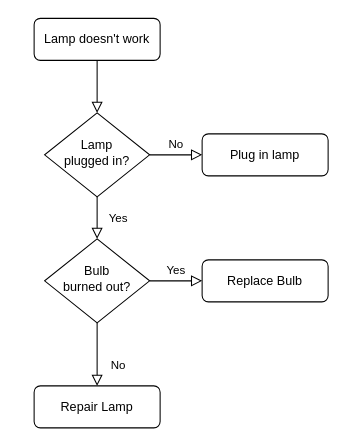
hoangpn256/diagram keeps this draw.io diagram as Untitled Diagram.drawio. Above is the earlier version. Source tidied: cells renumbered, new cells numbered last; positions are measured from the earlier drawing's top-left corner, leaving out a move shared by most shapes. Both pictures are drawn from the tidied source at 105%, with x=0, y=0 at pixel (34, 18).
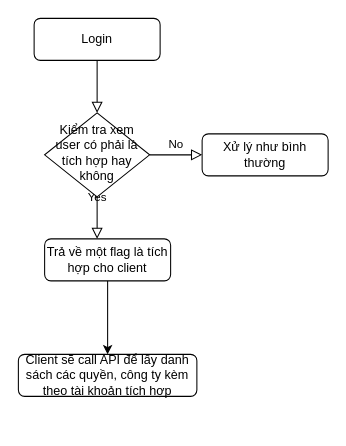
After the change.

What changed in the source:
```diff
@@
 <mxGraphModel>
   <root>
     <mxCell id="0" />
     <mxCell id="1" parent="0" />
     <mxCell id="2" style="rounded=0;html=1;jettySize=auto;fontSize=11;endArrow=block;endFill=0;endSize=8;strokeWidth=1;shadow=0;labelBackgroundColor=none;edgeStyle=orthogonalEdgeStyle;" parent="1" edge="1" source="3" target="6">
       <mxGeometry relative="1" as="geometry" />
     </mxCell>
-    <mxCell id="3" value="Lamp doesn't work" style="rounded=1;whiteSpace=wrap;html=1;fontSize=12;glass=0;strokeWidth=1;shadow=0;" parent="1" vertex="1">
+    <mxCell id="3" value="Login" style="rounded=1;whiteSpace=wrap;html=1;fontSize=12;glass=0;strokeWidth=1;shadow=0;" parent="1" vertex="1">
       <mxGeometry width="120" height="40" as="geometry" />
     </mxCell>
-    <mxCell id="4" value="Yes" style="rounded=0;html=1;jettySize=auto;fontSize=11;endArrow=block;endFill=0;endSize=8;strokeWidth=1;shadow=0;labelBackgroundColor=none;edgeStyle=orthogonalEdgeStyle;" parent="1" edge="1" source="6" target="10">
-      <mxGeometry y="20" relative="1" as="geometry" />
+    <mxCell id="4" value="Yes" style="rounded=0;html=1;jettySize=auto;fontSize=11;endArrow=block;endFill=0;endSize=8;strokeWidth=1;shadow=0;labelBackgroundColor=none;edgeStyle=orthogonalEdgeStyle;" parent="1" edge="1" source="6">
+      <mxGeometry y="20" relative="1" as="geometry">
+        <mxPoint x="60" y="210" as="targetPoint" />
+      </mxGeometry>
     </mxCell>
     <mxCell id="5" value="No" style="edgeStyle=orthogonalEdgeStyle;rounded=0;html=1;jettySize=auto;fontSize=11;endArrow=block;endFill=0;endSize=8;strokeWidth=1;shadow=0;labelBackgroundColor=none;" parent="1" edge="1" source="6" target="7">
       <mxGeometry y="10" relative="1" as="geometry" />
     </mxCell>
-    <mxCell id="6" value="Lamp&lt;br&gt;plugged in?" style="rhombus;whiteSpace=wrap;html=1;shadow=0;fontFamily=Helvetica;fontSize=12;align=center;strokeWidth=1;spacing=6;spacingTop=-4;" parent="1" vertex="1">
+    <mxCell id="6" value="Kiểm tra xem user có phải là tích hợp hay không" style="rhombus;whiteSpace=wrap;html=1;shadow=0;fontFamily=Helvetica;fontSize=12;align=center;strokeWidth=1;spacing=6;spacingTop=-4;" parent="1" vertex="1">
       <mxGeometry x="10" y="90" width="100" height="80" as="geometry" />
     </mxCell>
-    <mxCell id="7" value="Plug in lamp" style="rounded=1;whiteSpace=wrap;html=1;fontSize=12;glass=0;strokeWidth=1;shadow=0;" parent="1" vertex="1">
+    <mxCell id="7" value="Xử lý như bình thường" style="rounded=1;whiteSpace=wrap;html=1;fontSize=12;glass=0;strokeWidth=1;shadow=0;" parent="1" vertex="1">
       <mxGeometry x="160" y="110" width="120" height="40" as="geometry" />
     </mxCell>
-    <mxCell id="8" value="No" style="rounded=0;html=1;jettySize=auto;fontSize=11;endArrow=block;endFill=0;endSize=8;strokeWidth=1;shadow=0;labelBackgroundColor=none;edgeStyle=orthogonalEdgeStyle;" parent="1" edge="1" source="10" target="11">
-      <mxGeometry x="0.33" y="20" relative="1" as="geometry" />
-    </mxCell>
-    <mxCell id="9" value="Yes" style="edgeStyle=orthogonalEdgeStyle;rounded=0;html=1;jettySize=auto;fontSize=11;endArrow=block;endFill=0;endSize=8;strokeWidth=1;shadow=0;labelBackgroundColor=none;" parent="1" edge="1" source="10" target="12">
-      <mxGeometry y="10" relative="1" as="geometry" />
-    </mxCell>
-    <mxCell id="10" value="Bulb&lt;br&gt;burned out?" style="rhombus;whiteSpace=wrap;html=1;shadow=0;fontFamily=Helvetica;fontSize=12;align=center;strokeWidth=1;spacing=6;spacingTop=-4;" parent="1" vertex="1">
-      <mxGeometry x="10" y="210" width="100" height="80" as="geometry" />
-    </mxCell>
-    <mxCell id="11" value="Repair Lamp" style="rounded=1;whiteSpace=wrap;html=1;fontSize=12;glass=0;strokeWidth=1;shadow=0;" parent="1" vertex="1">
-      <mxGeometry y="350" width="120" height="40" as="geometry" />
+    <mxCell id="11" value="Client sẽ call API để lấy danh sách các quyền, công ty kèm theo tài khoản tích hợp" style="rounded=1;whiteSpace=wrap;html=1;fontSize=12;glass=0;strokeWidth=1;shadow=0;" parent="1" vertex="1">
+      <mxGeometry x="-15" y="320" width="170" height="40" as="geometry" />
     </mxCell>
+    <mxCell id="13" style="edgeStyle=orthogonalEdgeStyle;rounded=0;jettySize=auto;html=1;exitX=0.5;exitY=1;exitDx=0;exitDy=0;entryX=0.5;entryY=0;entryDx=0;entryDy=0;" parent="1" edge="1" source="12" target="11">
+      <mxGeometry relative="1" as="geometry" />
+    </mxCell>
-    <mxCell id="12" value="Replace Bulb" style="rounded=1;whiteSpace=wrap;html=1;fontSize=12;glass=0;strokeWidth=1;shadow=0;" parent="1" vertex="1">
-      <mxGeometry x="160" y="230" width="120" height="40" as="geometry" />
+    <mxCell id="12" value="Trả về một flag là tích hợp cho client" style="rounded=1;whiteSpace=wrap;html=1;fontSize=12;glass=0;strokeWidth=1;shadow=0;" parent="1" vertex="1">
+      <mxGeometry x="10" y="210" width="120" height="40" as="geometry" />
     </mxCell>
   </root>
 </mxGraphModel>
```
